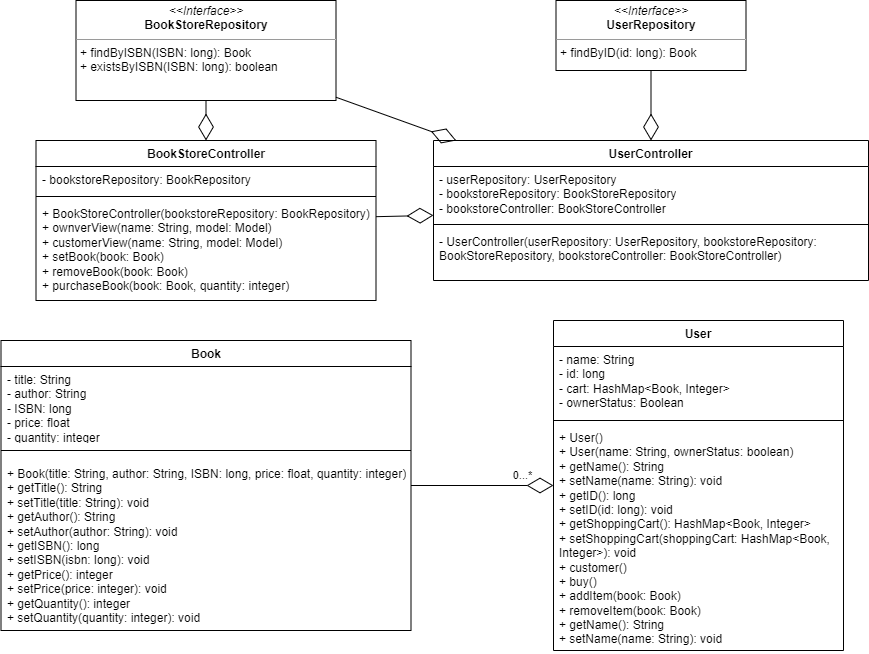
The draw.io diagram diagrams/UML.png in FARHAN-MAHAMUD/SYSC-4806-Project, before a commit. Source tidied: cells renumbered, new cells last; positions are measured from the earlier drawing's top-left corner, leaving out a move shared by most shapes.
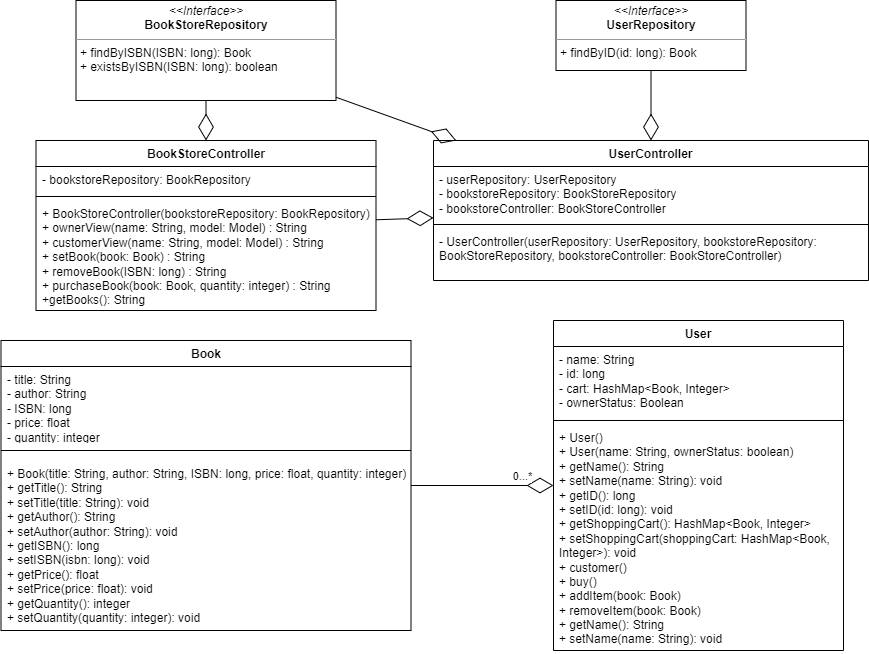
The same file after the commit.

Commit message:
Owner can add and modify book & UML update

Diff of the diagram source:
```diff
@@ -11,7 +11,7 @@
     <mxCell id="4" style="line;strokeWidth=1;fillColor=none;align=left;verticalAlign=middle;spacingTop=-1;spacingLeft=3;spacingRight=3;labelPosition=right;strokeColor=inherit;" parent="2" vertex="1">
       <mxGeometry y="100" width="410" height="20" as="geometry" />
     </mxCell>
-    <mxCell id="5" value="+ Book(title: String, author: String, ISBN: long, price: float, quantity: integer)&lt;br&gt;+ getTitle(): String&lt;br&gt;+ setTitle(title: String): void&lt;br&gt;+ getAuthor(): String&lt;br style=&quot;border-color: var(--border-color);&quot;&gt;+ setAuthor(author: String): void&lt;br&gt;+ getISBN(): long&lt;br style=&quot;border-color: var(--border-color);&quot;&gt;+ setISBN(isbn: long): void&lt;br&gt;+ getPrice(): integer&lt;br style=&quot;border-color: var(--border-color);&quot;&gt;+ setPrice(price: integer): void&lt;br&gt;+ getQuantity(): integer&lt;br style=&quot;border-color: var(--border-color);&quot;&gt;+ setQuantity(quantity: integer): void" style="text;strokeColor=none;fillColor=none;align=left;verticalAlign=top;spacingLeft=4;spacingRight=4;overflow=hidden;whiteSpace=wrap;html=1;" parent="2" vertex="1">
+    <mxCell id="5" value="+ Book(title: String, author: String, ISBN: long, price: float, quantity: integer)&lt;br&gt;+ getTitle(): String&lt;br&gt;+ setTitle(title: String): void&lt;br&gt;+ getAuthor(): String&lt;br style=&quot;border-color: var(--border-color);&quot;&gt;+ setAuthor(author: String): void&lt;br&gt;+ getISBN(): long&lt;br style=&quot;border-color: var(--border-color);&quot;&gt;+ setISBN(isbn: long): void&lt;br&gt;+ getPrice(): float&lt;br style=&quot;border-color: var(--border-color);&quot;&gt;+ setPrice(price: float): void&lt;br&gt;+ getQuantity(): integer&lt;br style=&quot;border-color: var(--border-color);&quot;&gt;+ setQuantity(quantity: integer): void" style="text;strokeColor=none;fillColor=none;align=left;verticalAlign=top;spacingLeft=4;spacingRight=4;overflow=hidden;whiteSpace=wrap;html=1;" parent="2" vertex="1">
       <mxGeometry y="120" width="410" height="170" as="geometry" />
     </mxCell>
     <mxCell id="6" value="User" style="swimlane;fontStyle=1;align=center;verticalAlign=top;horizontal=1;startSize=26;whiteSpace=wrap;html=1;" parent="1" vertex="1">
@@ -41,7 +41,7 @@
       <mxGeometry x="554.5" width="190" height="70" as="geometry" />
     </mxCell>
     <mxCell id="14" value="BookStoreController" style="swimlane;fontStyle=1;align=center;verticalAlign=top;horizontal=1;startSize=26;whiteSpace=wrap;html=1;" parent="1" vertex="1">
-      <mxGeometry x="34.5" y="140" width="340" height="160" as="geometry" />
+      <mxGeometry x="34.5" y="140" width="340" height="170" as="geometry" />
     </mxCell>
     <mxCell id="15" value="- bookstoreRepository: BookRepository" style="text;strokeColor=none;fillColor=none;align=left;verticalAlign=top;spacingLeft=4;spacingRight=4;overflow=hidden;whiteSpace=wrap;html=1;" parent="14" vertex="1">
       <mxGeometry y="26" width="340" height="26" as="geometry" />
@@ -49,8 +49,8 @@
     <mxCell id="16" style="line;strokeWidth=1;fillColor=none;align=left;verticalAlign=middle;spacingTop=-1;spacingLeft=3;spacingRight=3;labelPosition=right;strokeColor=inherit;" parent="14" vertex="1">
       <mxGeometry y="52" width="340" height="8" as="geometry" />
     </mxCell>
-    <mxCell id="17" value="+ BookStoreController(bookstoreRepository: BookRepository)&lt;br&gt;+ ownverView(name: String, model: Model)&lt;br&gt;+ customerView(name: String, model: Model)&lt;br&gt;+ setBook(book: Book)&lt;br&gt;+ removeBook(book: Book)&lt;br&gt;+ purchaseBook(book: Book, quantity: integer)" style="text;strokeColor=none;fillColor=none;align=left;verticalAlign=top;spacingLeft=4;spacingRight=4;overflow=hidden;whiteSpace=wrap;html=1;" parent="14" vertex="1">
-      <mxGeometry y="60" width="340" height="100" as="geometry" />
+    <mxCell id="17" value="+ BookStoreController(bookstoreRepository: BookRepository)&lt;br&gt;+ ownerView(name: String, model: Model) : String&lt;br&gt;+ customerView(name: String, model: Model) : String&lt;br&gt;+ setBook(book: Book) : String&lt;br&gt;+ removeBook(ISBN: long) : String&lt;br&gt;+ purchaseBook(book: Book, quantity: integer) : String&lt;br&gt;+getBooks():&amp;nbsp;String" style="text;strokeColor=none;fillColor=none;align=left;verticalAlign=top;spacingLeft=4;spacingRight=4;overflow=hidden;whiteSpace=wrap;html=1;" parent="14" vertex="1">
+      <mxGeometry y="60" width="340" height="110" as="geometry" />
     </mxCell>
     <mxCell id="18" value="UserController" style="swimlane;fontStyle=1;align=center;verticalAlign=top;horizontal=1;startSize=26;whiteSpace=wrap;html=1;" parent="1" vertex="1">
       <mxGeometry x="432" y="140" width="435" height="140" as="geometry" />
```
